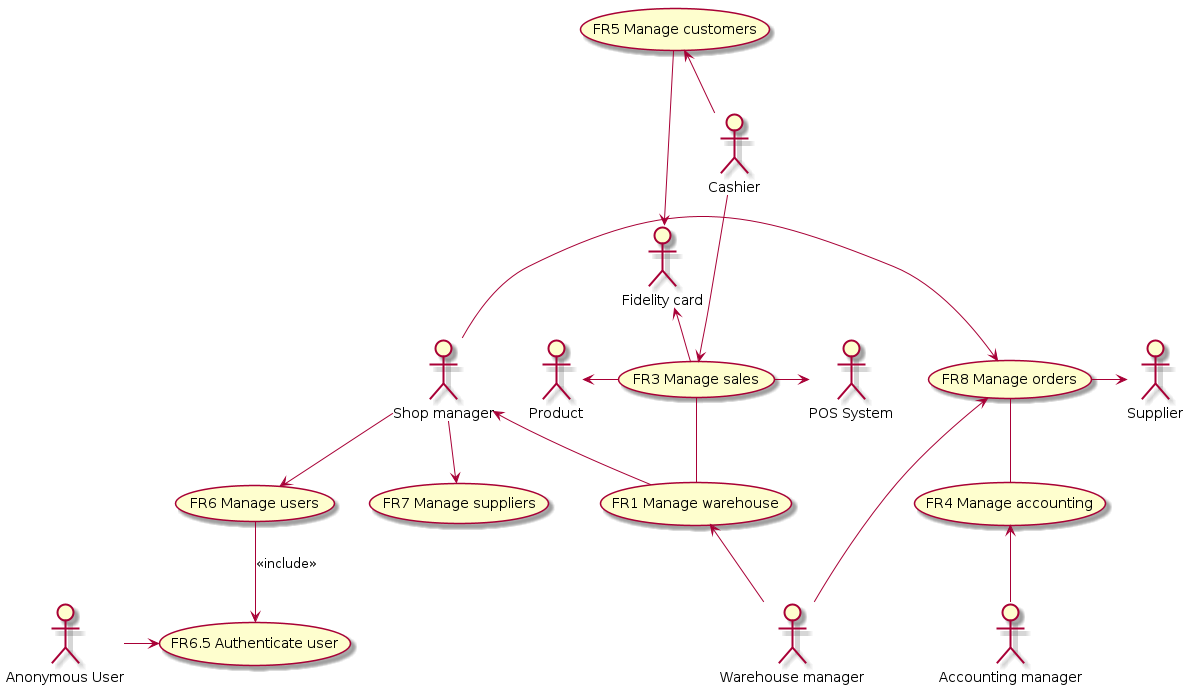
The PlantUML diagram Deliverables/img/usecase_diagram.png in BMike10/EzShop, before a commit.
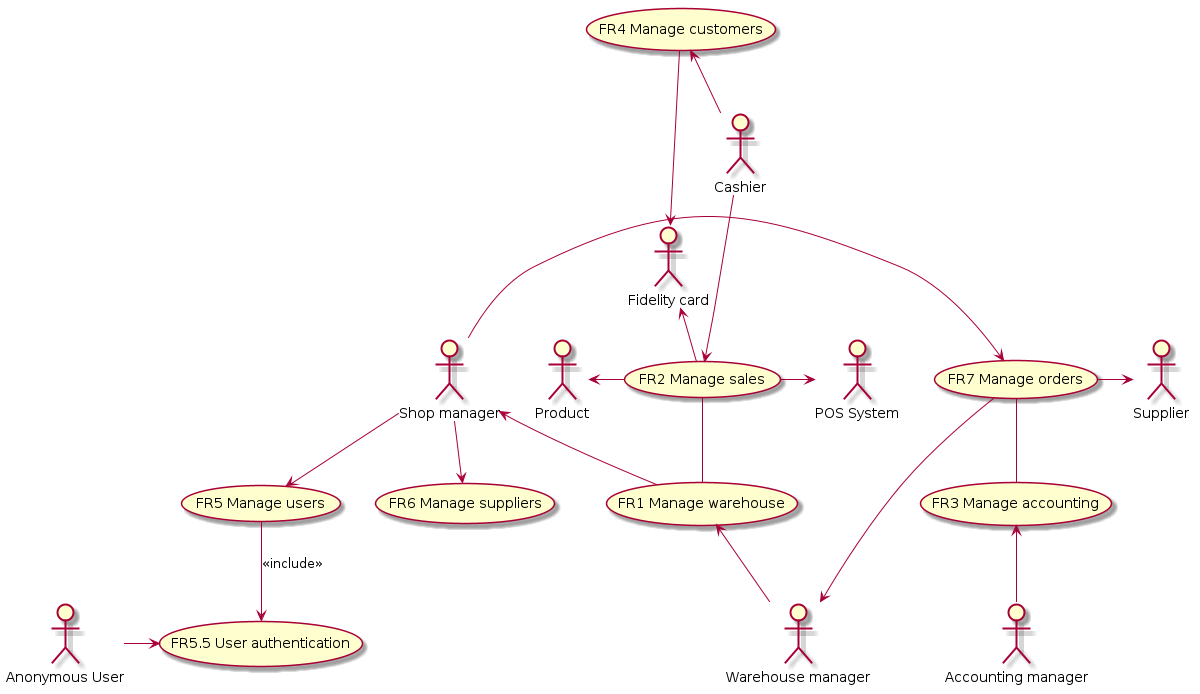
After the change.

Diff of the diagram source:
```diff
@@ -1,12 +1,12 @@
 @startuml usecase_diagram
 	usecase "FR1 Manage warehouse" as mi
-	usecase "FR3 Manage sales" as ms
-	usecase "FR4 Manage accounting" as ma
-	usecase "FR5 Manage customers" as mc
-	usecase "FR6 Manage users" as mu
-	usecase "FR7 Manage suppliers" as msu
-	usecase "FR8 Manage orders" as mo
-	usecase "FR6.5 Authenticate user" as mua
+	usecase "FR2 Manage sales" as ms
+	usecase "FR3 Manage accounting" as ma
+	usecase "FR4 Manage customers" as mc
+	usecase "FR5 Manage users" as mu
+	usecase "FR6 Manage suppliers" as msu
+	usecase "FR7 Manage orders" as mo
+	usecase "FR5.5 User authentication" as mua
 
 	actor :Supplier: as s
 	actor :POS System: as ccs
@@ -30,7 +30,7 @@
 	 cr --> ms
 	 mc <-- cr
 	 mi <-- wm
-	 mo <-- wm
+	 mo --> wm
 
 	ms -> ccs
 	mo -> s
```
